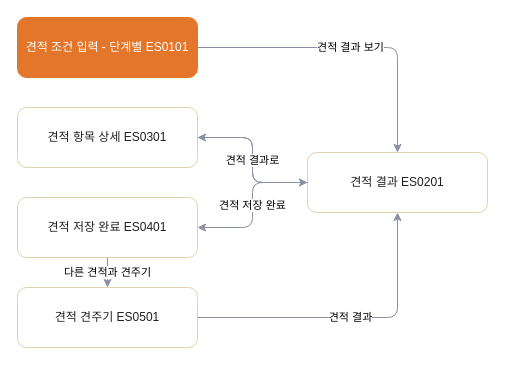
Before: page "ES 견적" (4 of 10) of 판매용_템플릿/_판매팩/인테리어_플러스/05_FLOW_흐름도.drawio in hyunplanb-cyber/ia-generation-platform, a draw.io diagram. Source tidied: cells renumbered, new cells numbered last; positions are measured from the earlier drawing's top-left corner, leaving out a move shared by most shapes. Both pictures are drawn from the tidied source at 100%, with x=0, y=0 at pixel (17, 17).
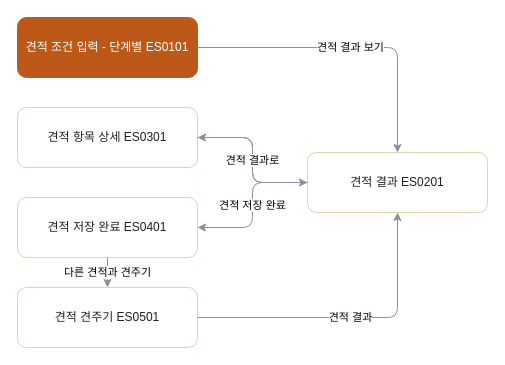
After the change.

Change to the diagram source:
```diff
@@
 <mxGraphModel>
   <root>
     <mxCell id="0" />
     <mxCell id="1" parent="0" />
-    <mxCell id="2" value="견적 조건 입력 - 단계별 ES0101" style="rounded=1;whiteSpace=wrap;html=1;fillColor=#E4762C;strokeColor=#E4762C;fontColor=#FFFFFF;" parent="1" vertex="1">
+    <mxCell id="2" value="견적 조건 입력 - 단계별 ES0101" style="rounded=1;whiteSpace=wrap;html=1;fillColor=#BC5918;strokeColor=#BC5918;fontColor=#FFFFFF;" parent="1" vertex="1">
       <mxGeometry width="180" height="60" as="geometry" />
     </mxCell>
     <mxCell id="3" value="견적 결과 ES0201" style="rounded=1;whiteSpace=wrap;html=1;fillColor=#FFFFFF;strokeColor=#E2D3AE;fontColor=#1F2024;" parent="1" vertex="1">
       <mxGeometry x="290" y="135" width="180" height="60" as="geometry" />
     </mxCell>
     <mxCell id="4" value="견적 항목 상세 ES0301" style="rounded=1;whiteSpace=wrap;html=1;fillColor=#FFFFFF;strokeColor=#E2D3AE;fontColor=#1F2024;" parent="1" vertex="1">
       <mxGeometry y="90" width="180" height="60" as="geometry" />
     </mxCell>
     <mxCell id="5" value="견적 저장 완료 ES0401" style="rounded=1;whiteSpace=wrap;html=1;fillColor=#FFFFFF;strokeColor=#E2D3AE;fontColor=#1F2024;" parent="1" vertex="1">
       <mxGeometry y="180" width="180" height="60" as="geometry" />
     </mxCell>
     <mxCell id="6" value="견적 견주기 ES0501" style="rounded=1;whiteSpace=wrap;html=1;fillColor=#FFFFFF;strokeColor=#E2D3AE;fontColor=#1F2024;" parent="1" vertex="1">
       <mxGeometry y="270" width="180" height="60" as="geometry" />
     </mxCell>
     <mxCell id="7" value="견적 결과 보기" style="edgeStyle=orthogonalEdgeStyle;rounded=1;html=1;strokeColor=#8B8FA3;" parent="1" edge="1" source="2" target="3">
       <mxGeometry relative="1" as="geometry" />
     </mxCell>
     <mxCell id="8" value="항목 상세" style="edgeStyle=orthogonalEdgeStyle;rounded=1;html=1;strokeColor=#8B8FA3;" parent="1" edge="1" source="3" target="4">
       <mxGeometry relative="1" as="geometry" />
     </mxCell>
     <mxCell id="9" value="견적 저장 완료" style="edgeStyle=orthogonalEdgeStyle;rounded=1;html=1;strokeColor=#8B8FA3;" parent="1" edge="1" source="3" target="5">
       <mxGeometry relative="1" as="geometry" />
     </mxCell>
     <mxCell id="10" value="견적 결과로" style="edgeStyle=orthogonalEdgeStyle;rounded=1;html=1;strokeColor=#8B8FA3;" parent="1" edge="1" source="4" target="3">
       <mxGeometry relative="1" as="geometry" />
     </mxCell>
     <mxCell id="11" value="다른 견적과 견주기" style="edgeStyle=orthogonalEdgeStyle;rounded=1;html=1;strokeColor=#8B8FA3;" parent="1" edge="1" source="5" target="6">
       <mxGeometry relative="1" as="geometry" />
     </mxCell>
     <mxCell id="12" value="견적 결과" style="edgeStyle=orthogonalEdgeStyle;rounded=1;html=1;strokeColor=#8B8FA3;" parent="1" edge="1" source="6" target="3">
       <mxGeometry relative="1" as="geometry" />
     </mxCell>
   </root>
 </mxGraphModel>
```
